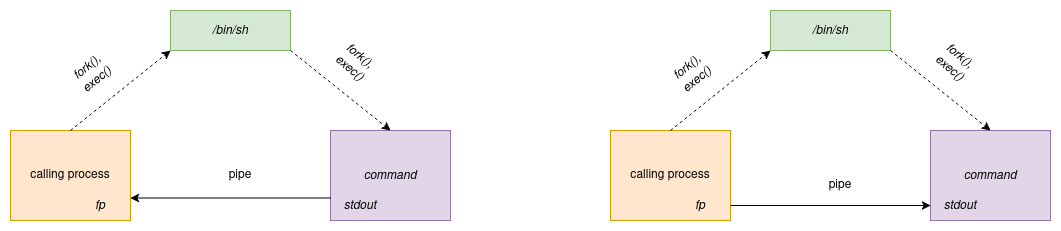
This is docs/assets/popen.drawio.png from da0p/GithubPage, a draw.io export, as it was before one commit. Source tidied: cells renumbered, new cells last; positions are measured from the earlier drawing's top-left corner, leaving out a move shared by most shapes. Its diagram source:
```xml
<mxGraphModel>
  <root>
    <mxCell id="0" />
    <mxCell id="1" parent="0" />
    <mxCell id="2" value="calling process" style="rounded=0;whiteSpace=wrap;html=1;fillColor=#ffe6cc;strokeColor=#d79b00;" parent="1" vertex="1">
      <mxGeometry y="120" width="120" height="90" as="geometry" />
    </mxCell>
    <mxCell id="3" value="&lt;i&gt;/bin/sh&lt;/i&gt;" style="rounded=0;whiteSpace=wrap;html=1;fillColor=#d5e8d4;strokeColor=#82b366;" parent="1" vertex="1">
      <mxGeometry x="160" width="120" height="40" as="geometry" />
    </mxCell>
    <mxCell id="4" value="&lt;i&gt;command&lt;/i&gt;" style="rounded=0;whiteSpace=wrap;html=1;fillColor=#e1d5e7;strokeColor=#9673a6;" parent="1" vertex="1">
      <mxGeometry x="320" y="120" width="120" height="90" as="geometry" />
    </mxCell>
    <mxCell id="5" style="endArrow=classic;html=1;rounded=0;exitX=0.5;exitY=0;exitDx=0;exitDy=0;entryX=0;entryY=1;entryDx=0;entryDy=0;dashed=1;" parent="1" edge="1" source="2" target="3">
      <mxGeometry relative="1" as="geometry" />
    </mxCell>
    <mxCell id="6" style="endArrow=classic;html=1;rounded=0;exitX=1;exitY=1;exitDx=0;exitDy=0;entryX=0.5;entryY=0;entryDx=0;entryDy=0;dashed=1;" parent="1" edge="1" source="3" target="4">
      <mxGeometry relative="1" as="geometry" />
    </mxCell>
    <mxCell id="7" style="endArrow=classic;html=1;rounded=0;entryX=1;entryY=0.75;entryDx=0;entryDy=0;exitX=0;exitY=0.75;exitDx=0;exitDy=0;" parent="1" edge="1" source="4" target="2">
      <mxGeometry relative="1" as="geometry" />
    </mxCell>
    <mxCell id="8" value="&lt;i&gt;stdout&lt;/i&gt;" style="text;html=1;align=center;verticalAlign=middle;whiteSpace=wrap;rounded=0;" parent="1" vertex="1">
      <mxGeometry x="320" y="180" width="60" height="30" as="geometry" />
    </mxCell>
    <mxCell id="9" value="&lt;i&gt;fp&lt;/i&gt;" style="text;html=1;align=center;verticalAlign=middle;whiteSpace=wrap;rounded=0;" parent="1" vertex="1">
      <mxGeometry x="60" y="180" width="60" height="30" as="geometry" />
    </mxCell>
    <mxCell id="10" value="&lt;i&gt;fork(),&lt;br&gt;exec()&lt;/i&gt;" style="text;html=1;align=center;verticalAlign=middle;whiteSpace=wrap;rounded=0;rotation=-39;" parent="1" vertex="1">
      <mxGeometry x="47" y="41.5" width="70" height="43.1" as="geometry" />
    </mxCell>
    <mxCell id="11" value="&lt;i&gt;fork(),&lt;br&gt;exec()&lt;/i&gt;" style="text;html=1;align=center;verticalAlign=middle;whiteSpace=wrap;rounded=0;rotation=40;" parent="1" vertex="1">
      <mxGeometry x="310" y="30" width="70" height="43.1" as="geometry" />
    </mxCell>
    <mxCell id="12" value="pipe" style="text;html=1;align=center;verticalAlign=middle;whiteSpace=wrap;rounded=0;" parent="1" vertex="1">
      <mxGeometry x="200" y="150" width="60" height="30" as="geometry" />
    </mxCell>
    <mxCell id="13" value="calling process" style="rounded=0;whiteSpace=wrap;html=1;fillColor=#ffe6cc;strokeColor=#d79b00;" parent="1" vertex="1">
      <mxGeometry x="600" y="120" width="120" height="90" as="geometry" />
    </mxCell>
    <mxCell id="14" value="&lt;i&gt;/bin/sh&lt;/i&gt;" style="rounded=0;whiteSpace=wrap;html=1;fillColor=#d5e8d4;strokeColor=#82b366;" parent="1" vertex="1">
      <mxGeometry x="760" width="120" height="40" as="geometry" />
    </mxCell>
    <mxCell id="15" value="&lt;i&gt;command&lt;/i&gt;" style="rounded=0;whiteSpace=wrap;html=1;fillColor=#e1d5e7;strokeColor=#9673a6;" parent="1" vertex="1">
      <mxGeometry x="920" y="120" width="120" height="90" as="geometry" />
    </mxCell>
    <mxCell id="16" style="endArrow=classic;html=1;rounded=0;exitX=0.5;exitY=0;exitDx=0;exitDy=0;entryX=0;entryY=1;entryDx=0;entryDy=0;dashed=1;" parent="1" edge="1" source="13" target="14">
      <mxGeometry relative="1" as="geometry" />
    </mxCell>
    <mxCell id="17" style="endArrow=classic;html=1;rounded=0;exitX=1;exitY=1;exitDx=0;exitDy=0;entryX=0.5;entryY=0;entryDx=0;entryDy=0;dashed=1;" parent="1" edge="1" source="14" target="15">
      <mxGeometry relative="1" as="geometry" />
    </mxCell>
    <mxCell id="18" value="&lt;i&gt;stdout&lt;/i&gt;" style="text;html=1;align=center;verticalAlign=middle;whiteSpace=wrap;rounded=0;" parent="1" vertex="1">
      <mxGeometry x="920" y="180" width="60" height="30" as="geometry" />
    </mxCell>
    <mxCell id="19" value="&lt;i&gt;fp&lt;/i&gt;" style="text;html=1;align=center;verticalAlign=middle;whiteSpace=wrap;rounded=0;" parent="1" vertex="1">
      <mxGeometry x="660" y="180" width="60" height="30" as="geometry" />
    </mxCell>
    <mxCell id="20" value="&lt;i&gt;fork(),&lt;br&gt;exec()&lt;/i&gt;" style="text;html=1;align=center;verticalAlign=middle;whiteSpace=wrap;rounded=0;rotation=-39;" parent="1" vertex="1">
      <mxGeometry x="647" y="41.5" width="70" height="43.1" as="geometry" />
    </mxCell>
    <mxCell id="21" value="&lt;i&gt;fork(),&lt;br&gt;exec()&lt;/i&gt;" style="text;html=1;align=center;verticalAlign=middle;whiteSpace=wrap;rounded=0;rotation=40;" parent="1" vertex="1">
      <mxGeometry x="910" y="30" width="70" height="43.1" as="geometry" />
    </mxCell>
    <mxCell id="22" value="pipe" style="text;html=1;align=center;verticalAlign=middle;whiteSpace=wrap;rounded=0;" parent="1" vertex="1">
      <mxGeometry x="800" y="160" width="60" height="30" as="geometry" />
    </mxCell>
    <mxCell id="23" style="endArrow=classic;html=1;rounded=0;entryX=0;entryY=0.5;entryDx=0;entryDy=0;exitX=1;exitY=0.5;exitDx=0;exitDy=0;" parent="1" edge="1" source="19" target="18">
      <mxGeometry relative="1" as="geometry" />
    </mxCell>
  </root>
</mxGraphModel>
```
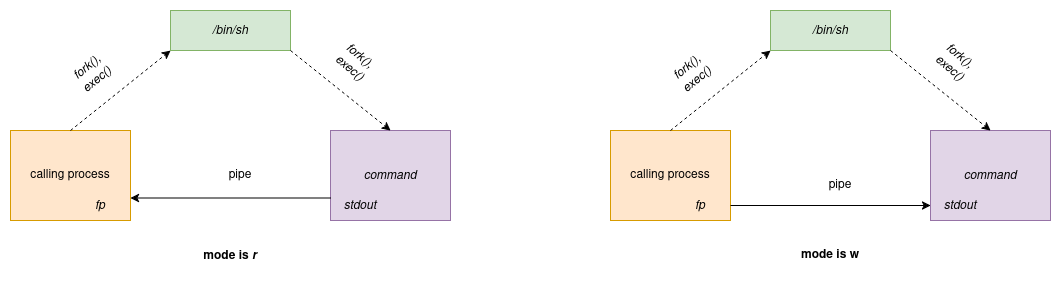
The same diagram one commit later.

Change to the diagram source:
```diff
@@ -68,5 +68,11 @@
     <mxCell id="23" style="endArrow=classic;html=1;rounded=0;entryX=0;entryY=0.5;entryDx=0;entryDy=0;exitX=1;exitY=0.5;exitDx=0;exitDy=0;" parent="1" edge="1" source="19" target="18">
       <mxGeometry relative="1" as="geometry" />
     </mxCell>
+    <mxCell id="24" value="&lt;b&gt;mode is &lt;i&gt;r&lt;/i&gt;&lt;/b&gt;" style="text;html=1;align=center;verticalAlign=middle;whiteSpace=wrap;rounded=0;" parent="1" vertex="1">
+      <mxGeometry x="190" y="230" width="60" height="30" as="geometry" />
+    </mxCell>
+    <mxCell id="25" value="&lt;b&gt;mode is&amp;nbsp;w&lt;/b&gt;" style="text;html=1;align=center;verticalAlign=middle;whiteSpace=wrap;rounded=0;" parent="1" vertex="1">
+      <mxGeometry x="790" y="230" width="60" height="30" as="geometry" />
+    </mxCell>
   </root>
 </mxGraphModel>
```
